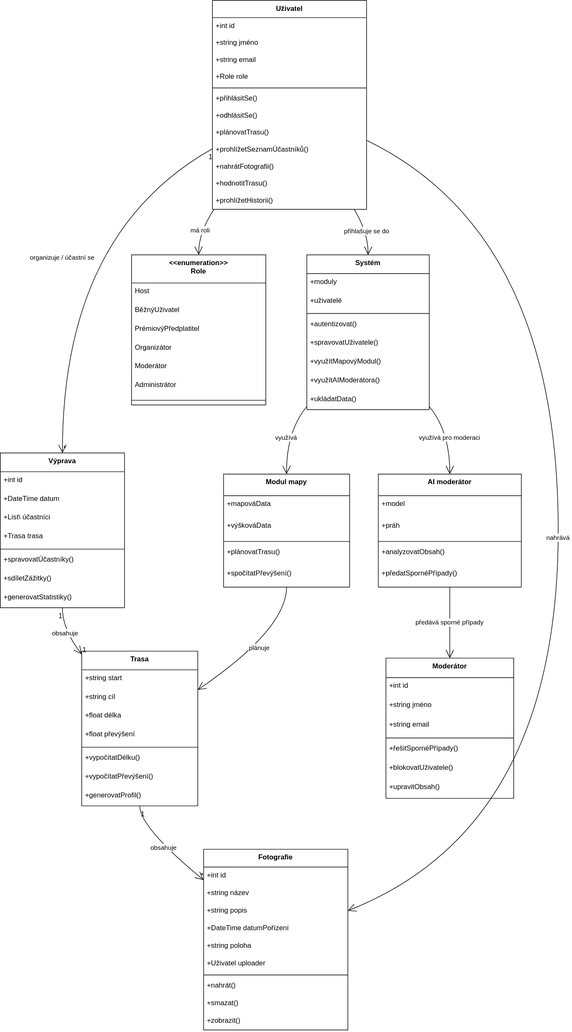
This is img/HikeBase - informační systém.svg from pslib-cz/2025-p1a-inf-nis-SimonTichy, a draw.io export, as it was before one commit. Source tidied: cells renumbered, new cells last; positions are measured from the earlier drawing's top-left corner, leaving out a move shared by most shapes.
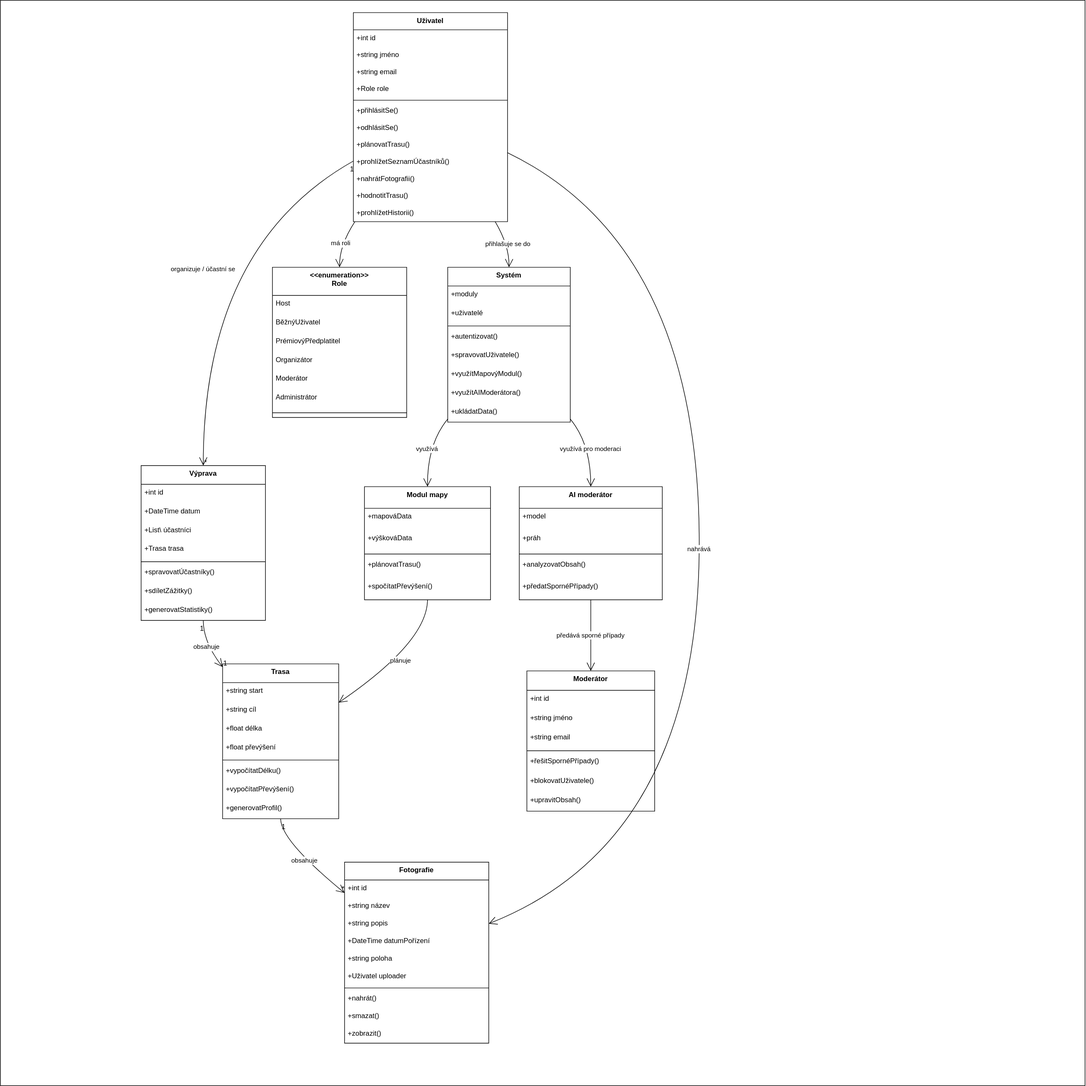
Later version of the same file.

Diff of the diagram source:
```diff
@@ -2,6 +2,9 @@
   <root>
     <mxCell id="0" />
     <mxCell id="1" parent="0" />
+    <mxCell id="97" style="whiteSpace=wrap;html=1;" parent="1" vertex="1">
+      <mxGeometry x="-240" y="-21" width="1850" height="1850" as="geometry" />
+    </mxCell>
     <mxCell id="2" value="Uživatel" style="swimlane;fontStyle=1;align=center;verticalAlign=top;horizontal=1;startSize=29.333333333333332;" parent="1" vertex="1">
       <mxGeometry x="362" width="263" height="356.3" as="geometry" />
     </mxCell>
@@ -260,9 +263,9 @@
         </Array>
       </mxGeometry>
     </mxCell>
-    <mxCell id="84" value="1" style="edgeLabel;labelBackgroundColor=none;fontSize=12;align=right;verticalAlign=top;" parent="83" vertex="1">
-      <mxGeometry x="-1" relative="1" as="geometry" />
-    </mxCell>
+    <mxCell id="98" value="1" style="edgeLabel;labelBackgroundColor=none;fontSize=12;align=right;verticalAlign=top;" parent="83" vertex="1">
+      <mxGeometry x="-1" relative="1" as="geometry" />
+    </mxCell>
     <mxCell id="85" value="*" style="edgeLabel;labelBackgroundColor=none;fontSize=12;align=left;verticalAlign=bottom;" parent="83" vertex="1">
       <mxGeometry x="1" relative="1" as="geometry" />
     </mxCell>
@@ -273,9 +276,9 @@
         </Array>
       </mxGeometry>
     </mxCell>
-    <mxCell id="87" value="1" style="edgeLabel;labelBackgroundColor=none;fontSize=12;align=right;verticalAlign=top;" parent="86" vertex="1">
-      <mxGeometry x="-1" relative="1" as="geometry" />
-    </mxCell>
+    <mxCell id="99" value="1" style="edgeLabel;labelBackgroundColor=none;fontSize=12;align=right;verticalAlign=top;" parent="86" vertex="1">
+      <mxGeometry x="-1" relative="1" as="geometry" />
+    </mxCell>
     <mxCell id="88" value="1" style="edgeLabel;labelBackgroundColor=none;fontSize=12;align=left;verticalAlign=bottom;" parent="86" vertex="1">
       <mxGeometry x="1" relative="1" as="geometry" />
     </mxCell>
```
